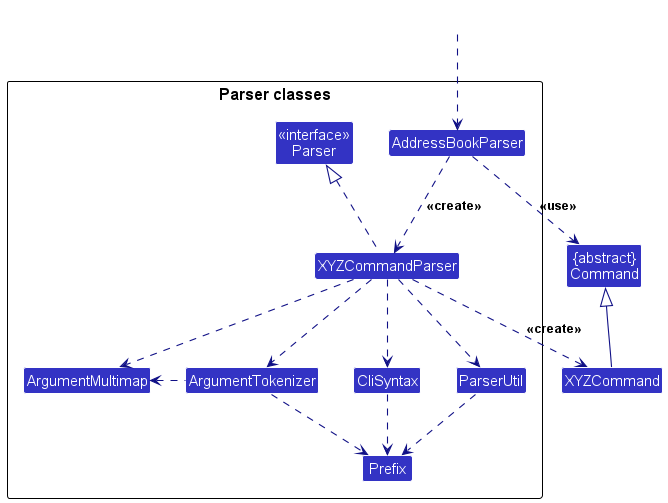
This is docs/images/ParserClasses.png from nus-cs2103-AY2425S1/tp, a PlantUML export, as it was before one commit.
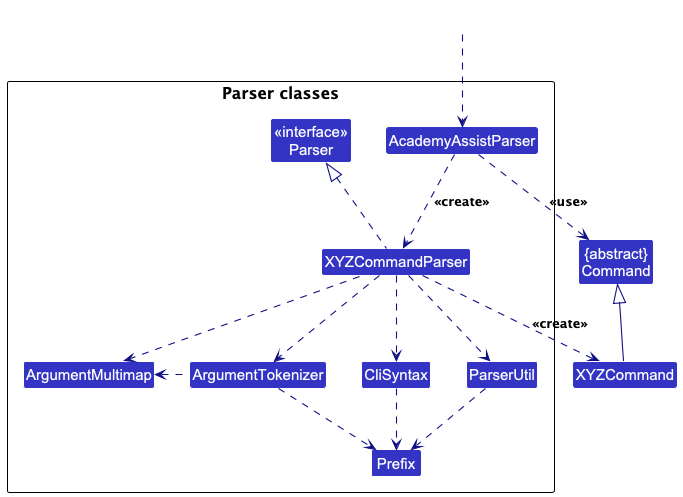
The same file after the commit.

What changed in the source:
```diff
@@ -9,7 +9,7 @@
 
 package "Parser classes"{
 Class "<<interface>>\nParser" as Parser
-Class AddressBookParser
+Class AcademyAssistParser
 Class XYZCommandParser
 Class CliSyntax
 Class ParserUtil
@@ -19,12 +19,12 @@
 }
 
 Class HiddenOutside #FFFFFF
-HiddenOutside ..> AddressBookParser
+HiddenOutside ..> AcademyAssistParser
 
-AddressBookParser .down.> XYZCommandParser: <<create>>
+AcademyAssistParser .down.> XYZCommandParser: <<create>>
 
 XYZCommandParser ..> XYZCommand : <<create>>
-AddressBookParser ..> Command : <<use>>
+AcademyAssistParser ..> Command : <<use>>
 XYZCommandParser .up.|> Parser
 XYZCommandParser ..> ArgumentMultimap
 XYZCommandParser ..> ArgumentTokenizer
```
